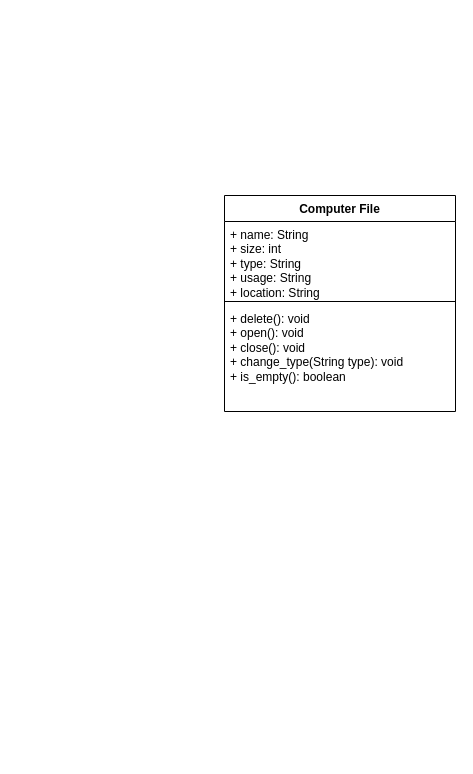
juliefolkerts/cp3.JF keeps this draw.io diagram as 07-ConceptualModeling/Diagram bez tytułu.drawio. Above is the earlier version. Source tidied: cells renumbered, new cells numbered last; positions are measured from the earlier drawing's top-left corner, leaving out a move shared by most shapes. Both pictures are drawn from the tidied source at 100%, with x=0, y=0 at pixel (224, 195).
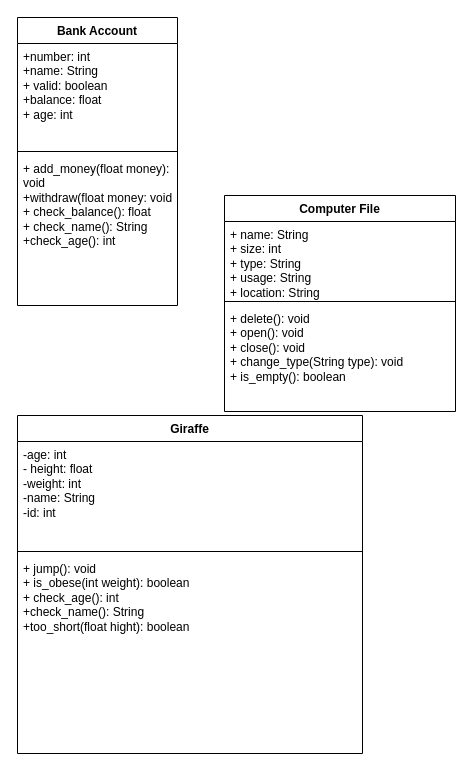
The same diagram, later.

Change to the diagram source:
```diff
@@
 <mxGraphModel>
   <root>
     <mxCell id="0" />
     <mxCell id="1" parent="0" />
     <mxCell id="2" value="Computer File" style="swimlane;fontStyle=1;align=center;verticalAlign=top;horizontal=1;startSize=26;whiteSpace=wrap;html=1;" parent="1" vertex="1">
       <mxGeometry width="231" height="216" as="geometry" />
     </mxCell>
     <mxCell id="3" value="+ name: String&lt;div&gt;+ size: int&lt;/div&gt;&lt;div&gt;+ type: String&lt;/div&gt;&lt;div&gt;+ usage: String&lt;/div&gt;&lt;div&gt;+ location: String&lt;/div&gt;" style="text;strokeColor=none;fillColor=none;align=left;verticalAlign=top;spacingLeft=4;spacingRight=4;overflow=hidden;whiteSpace=wrap;html=1;" parent="2" vertex="1">
       <mxGeometry y="26" width="231" height="76" as="geometry" />
     </mxCell>
     <mxCell id="4" style="line;strokeWidth=1;fillColor=none;align=left;verticalAlign=middle;spacingTop=-1;spacingLeft=3;spacingRight=3;labelPosition=right;strokeColor=inherit;" parent="2" vertex="1">
       <mxGeometry y="102" width="231" height="8" as="geometry" />
     </mxCell>
     <mxCell id="5" value="+ delete(): void&lt;div&gt;+ open(): void&lt;/div&gt;&lt;div&gt;+ close(): void&lt;/div&gt;&lt;div&gt;+ change_type(String type): void&lt;/div&gt;&lt;div&gt;+ is_empty(): boolean&lt;/div&gt;" style="text;strokeColor=none;fillColor=none;align=left;verticalAlign=top;spacingLeft=4;spacingRight=4;overflow=hidden;whiteSpace=wrap;html=1;" parent="2" vertex="1">
       <mxGeometry y="110" width="231" height="106" as="geometry" />
     </mxCell>
+    <mxCell id="6" value="Bank Account" style="swimlane;fontStyle=1;align=center;verticalAlign=top;horizontal=1;startSize=26;whiteSpace=wrap;html=1;" parent="1" vertex="1">
+      <mxGeometry x="-207" y="-178" width="160" height="288" as="geometry" />
+    </mxCell>
+    <mxCell id="7" value="+number: int&lt;div&gt;+name: String&lt;/div&gt;&lt;div&gt;+ valid: boolean&lt;/div&gt;&lt;div&gt;+balance: float&lt;/div&gt;&lt;div&gt;+ age: int&lt;/div&gt;" style="text;strokeColor=none;fillColor=none;align=left;verticalAlign=top;spacingLeft=4;spacingRight=4;overflow=hidden;whiteSpace=wrap;html=1;" parent="6" vertex="1">
+      <mxGeometry y="26" width="160" height="104" as="geometry" />
+    </mxCell>
+    <mxCell id="8" style="line;strokeWidth=1;fillColor=none;align=left;verticalAlign=middle;spacingTop=-1;spacingLeft=3;spacingRight=3;labelPosition=right;strokeColor=inherit;" parent="6" vertex="1">
+      <mxGeometry y="130" width="160" height="8" as="geometry" />
+    </mxCell>
+    <mxCell id="9" value="+ add_money(float money): void&lt;div&gt;+withdraw(float money: void&lt;/div&gt;&lt;div&gt;+ check_balance(): float&amp;nbsp;&lt;/div&gt;&lt;div&gt;+ check_name(): String&lt;/div&gt;&lt;div&gt;+check_age(): int&lt;/div&gt;" style="text;strokeColor=none;fillColor=none;align=left;verticalAlign=top;spacingLeft=4;spacingRight=4;overflow=hidden;whiteSpace=wrap;html=1;" parent="6" vertex="1">
+      <mxGeometry y="138" width="160" height="150" as="geometry" />
+    </mxCell>
+    <mxCell id="10" value="Giraffe" style="swimlane;fontStyle=1;align=center;verticalAlign=top;horizontal=1;startSize=26;whiteSpace=wrap;html=1;" parent="1" vertex="1">
+      <mxGeometry x="-207" y="220" width="345" height="338" as="geometry" />
+    </mxCell>
+    <mxCell id="11" value="-age: int&lt;div&gt;- height: float&lt;/div&gt;&lt;div&gt;-weight: int&lt;/div&gt;&lt;div&gt;-name: String&lt;/div&gt;&lt;div&gt;-&lt;span style=&quot;background-color: initial;&quot;&gt;id: int&lt;/span&gt;&lt;/div&gt;" style="text;strokeColor=none;fillColor=none;align=left;verticalAlign=top;spacingLeft=4;spacingRight=4;overflow=hidden;whiteSpace=wrap;html=1;" parent="10" vertex="1">
+      <mxGeometry y="26" width="345" height="106" as="geometry" />
+    </mxCell>
+    <mxCell id="12" style="line;strokeWidth=1;fillColor=none;align=left;verticalAlign=middle;spacingTop=-1;spacingLeft=3;spacingRight=3;labelPosition=right;strokeColor=inherit;" parent="10" vertex="1">
+      <mxGeometry y="132" width="345" height="8" as="geometry" />
+    </mxCell>
+    <mxCell id="13" value="+ jump(): void&lt;div&gt;+ is_obese(int weight): boolean&lt;/div&gt;&lt;div&gt;+ check_age(): int&lt;/div&gt;&lt;div&gt;+check_name(): String&lt;/div&gt;&lt;div&gt;+too_short(float hight): boolean&lt;/div&gt;" style="text;strokeColor=none;fillColor=none;align=left;verticalAlign=top;spacingLeft=4;spacingRight=4;overflow=hidden;whiteSpace=wrap;html=1;" parent="10" vertex="1">
+      <mxGeometry y="140" width="345" height="198" as="geometry" />
+    </mxCell>
   </root>
 </mxGraphModel>
```
